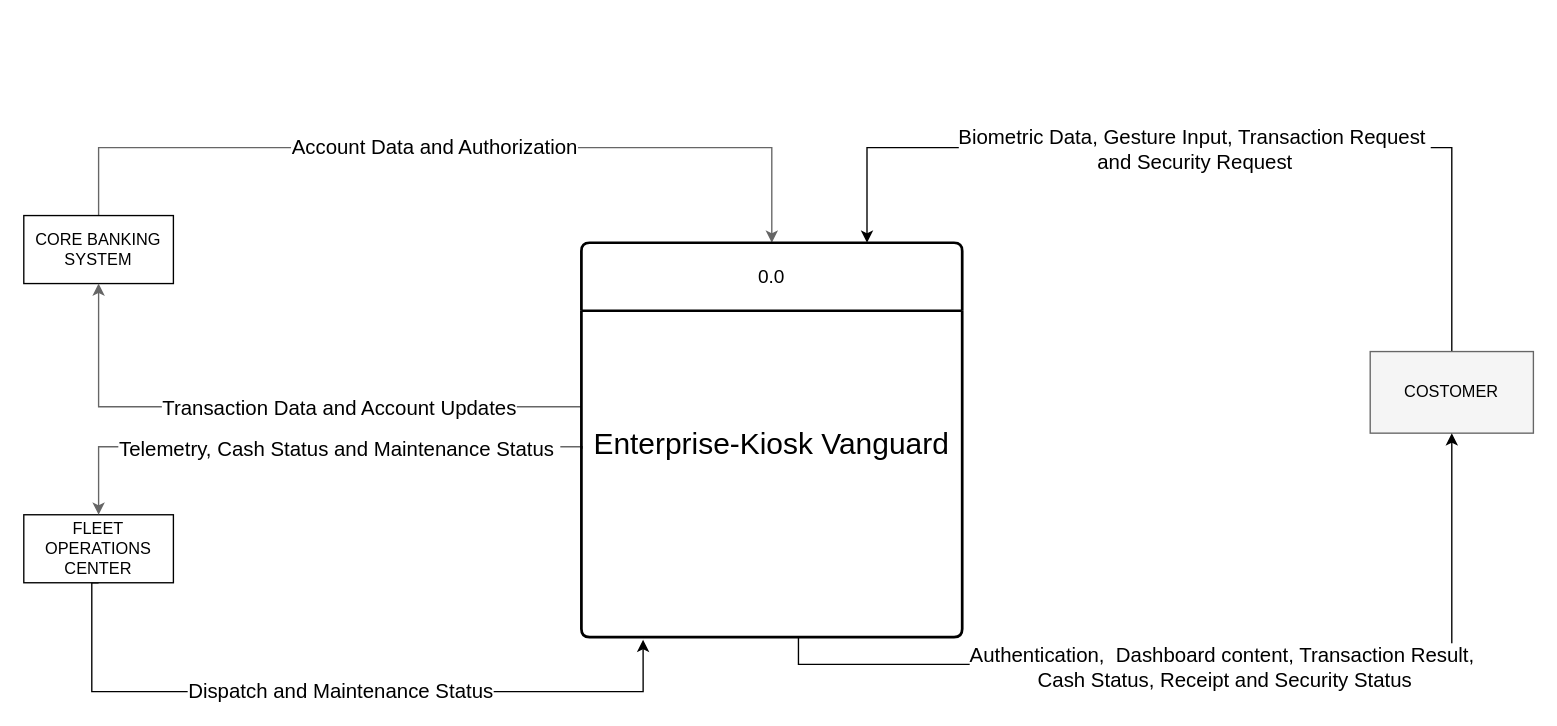
Before: DfdLevel-0.drawio in y0ckbee/VanguardAtm-SAD, a draw.io diagram. Source tidied: cells renumbered, new cells numbered last; positions are measured from the earlier drawing's top-left corner, leaving out a move shared by most shapes. Both pictures are drawn from the tidied source at 136%, with x=0, y=0 at pixel (23, 147).
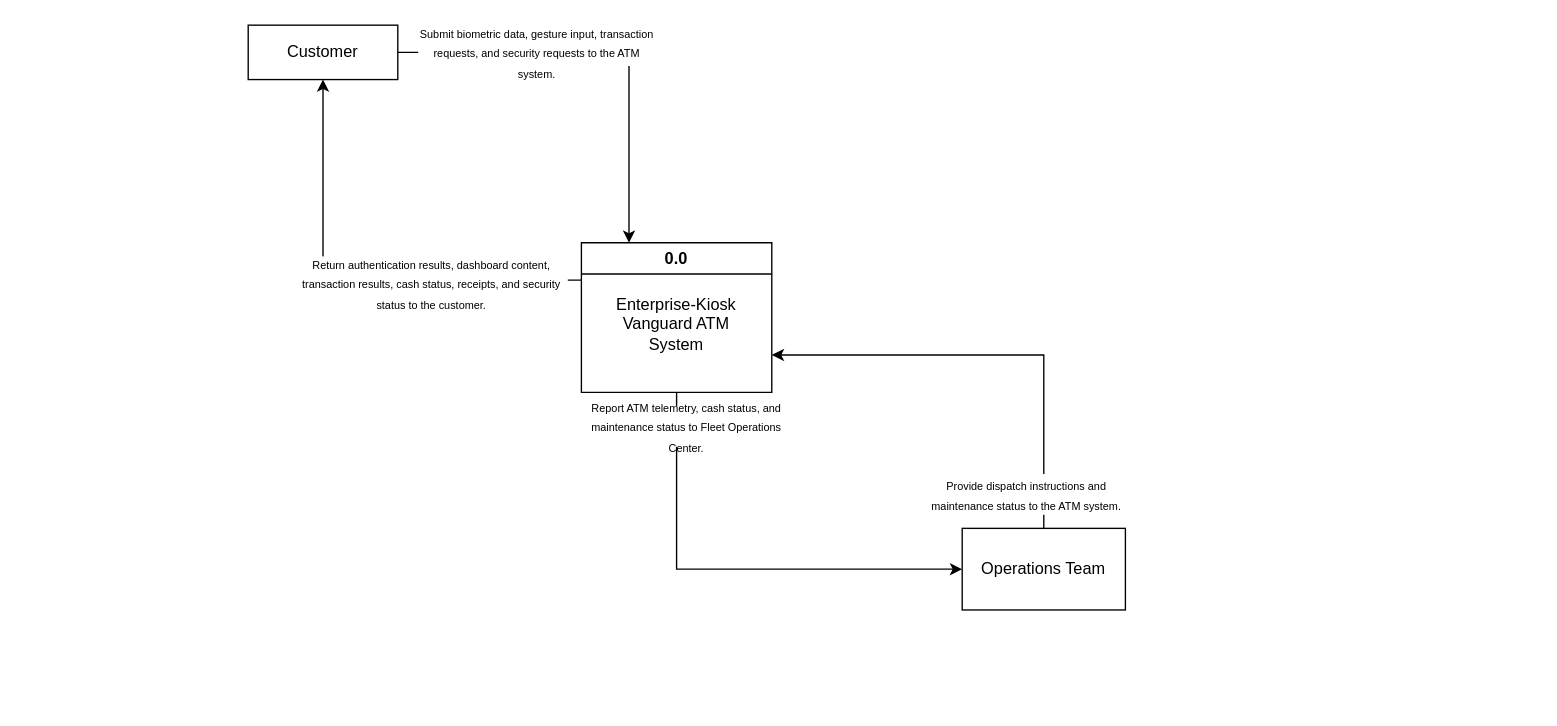
Above is the later version.

Diff of the diagram source:
```diff
@@
-<mxGraphModel background="light-dark(#FFFFFF,#000000)">
+<mxGraphModel>
@@
-    <mxCell id="2" style="edgeStyle=orthogonalEdgeStyle;rounded=0;jettySize=auto;html=1;exitX=0.75;exitY=0;exitDx=0;exitDy=0;entryX=0.75;entryY=0;entryDx=0;entryDy=0;" parent="1" edge="1" source="4" target="17">
-      <mxGeometry relative="1" as="geometry">
-        <Array as="points">
-          <mxPoint x="1050" />
-          <mxPoint x="620" />
-        </Array>
-      </mxGeometry>
-    </mxCell>
-    <mxCell id="3" value="Biometric Data, Gesture Input, Transaction Request&amp;nbsp;&lt;div&gt;and Security Request&lt;/div&gt;" style="edgeLabel;html=1;align=center;verticalAlign=middle;fontSize=15;" parent="2" vertex="1">
-      <mxGeometry x="0.29" y="-3" relative="1" as="geometry">
-        <mxPoint x="69" y="3" as="offset" />
-      </mxGeometry>
-    </mxCell>
-    <mxCell id="4" value="COSTOMER" style="rounded=0;whiteSpace=wrap;html=1;fillColor=#f5f5f5;fontColor=light-dark(#000000,#FFFFFF);strokeColor=#666666;labelBackgroundColor=none;" parent="1" vertex="1">
-      <mxGeometry x="990" y="150" width="120" height="60" as="geometry" />
-    </mxCell>
-    <mxCell id="5" style="rounded=0;jettySize=auto;html=1;exitX=0.57;exitY=1;exitDx=0;exitDy=0;exitPerimeter=0;entryX=0.5;entryY=1;entryDx=0;entryDy=0;edgeStyle=orthogonalEdgeStyle;" parent="1" edge="1" source="18" target="4">
-      <mxGeometry x="0.15" relative="1" as="geometry" />
-    </mxCell>
-    <mxCell id="6" value="&lt;font style=&quot;font-size: 15px;&quot;&gt;Authentication,&amp;nbsp; Dashboard content, Transaction Result,&amp;nbsp;&lt;/font&gt;&lt;div&gt;&lt;font style=&quot;font-size: 15px;&quot;&gt;Cash Status, Receipt and Security Status&lt;/font&gt;&lt;/div&gt;" style="edgeLabel;html=1;align=center;verticalAlign=middle;" parent="5" vertex="1">
-      <mxGeometry x="-0.05" y="-1" relative="1" as="geometry">
-        <mxPoint x="15" as="offset" />
-      </mxGeometry>
-    </mxCell>
-    <mxCell id="7" style="edgeStyle=orthogonalEdgeStyle;rounded=0;jettySize=auto;html=1;fillColor=#f5f5f5;strokeColor=#666666;fontColor=light-dark(#000000,#FFFFFF);labelBackgroundColor=none;exitX=0.5;exitY=0;exitDx=0;exitDy=0;entryX=0.5;entryY=0;entryDx=0;entryDy=0;" parent="1" edge="1" source="9" target="17">
-      <mxGeometry relative="1" as="geometry">
-        <Array as="points">
-          <mxPoint x="55" />
-          <mxPoint x="550" />
-        </Array>
-      </mxGeometry>
-    </mxCell>
-    <mxCell id="8" value="&lt;font style=&quot;font-size: 15px;&quot;&gt;Account Data and Authorization&lt;/font&gt;" style="edgeLabel;html=1;align=center;verticalAlign=middle;" parent="7" vertex="1">
-      <mxGeometry x="-0.33" y="2" relative="1" as="geometry">
-        <mxPoint x="90" as="offset" />
-      </mxGeometry>
-    </mxCell>
-    <mxCell id="9" value="CORE BANKING SYSTEM" style="rounded=0;whiteSpace=wrap;html=1;" parent="1" vertex="1">
-      <mxGeometry y="50" width="110" height="50" as="geometry" />
-    </mxCell>
-    <mxCell id="10" style="edgeStyle=orthogonalEdgeStyle;rounded=0;jettySize=auto;html=1;exitX=0.5;exitY=1;exitDx=0;exitDy=0;entryX=0.162;entryY=1.008;entryDx=0;entryDy=0;entryPerimeter=0;" parent="1" edge="1" source="12" target="18">
-      <mxGeometry relative="1" as="geometry">
-        <Array as="points">
-          <mxPoint x="50" y="320" />
-          <mxPoint x="50" y="400" />
-          <mxPoint x="455.4" y="400" />
-        </Array>
-      </mxGeometry>
-    </mxCell>
-    <mxCell id="11" value="&lt;font style=&quot;font-size: 15px;&quot;&gt;Dispatch and Maintenance Status&lt;/font&gt;" style="edgeLabel;html=1;align=center;verticalAlign=middle;" parent="10" vertex="1">
-      <mxGeometry x="0.01" y="2" relative="1" as="geometry" />
-    </mxCell>
-    <mxCell id="12" value="FLEET OPERATIONS CENTER" style="rounded=0;whiteSpace=wrap;html=1;" parent="1" vertex="1">
-      <mxGeometry y="270" width="110" height="50" as="geometry" />
-    </mxCell>
-    <mxCell id="13" style="edgeStyle=orthogonalEdgeStyle;rounded=0;jettySize=auto;html=1;exitX=0.001;exitY=0.294;exitDx=0;exitDy=0;entryX=0.5;entryY=1;entryDx=0;entryDy=0;fillColor=#f5f5f5;strokeColor=#666666;fontColor=light-dark(#000000,#FFFFFF);labelBackgroundColor=none;exitPerimeter=0;" parent="1" edge="1" source="18" target="9">
-      <mxGeometry relative="1" as="geometry" />
-    </mxCell>
-    <mxCell id="14" value="&lt;font style=&quot;font-size: 15px;&quot;&gt;Transaction Data and Account Updates&lt;/font&gt;" style="edgeLabel;html=1;align=center;verticalAlign=middle;" parent="13" vertex="1">
-      <mxGeometry x="-0.14" y="-2" relative="1" as="geometry">
-        <mxPoint x="13" y="2" as="offset" />
-      </mxGeometry>
-    </mxCell>
-    <mxCell id="15" style="edgeStyle=orthogonalEdgeStyle;rounded=0;jettySize=auto;html=1;fillColor=#f5f5f5;strokeColor=#666666;fontColor=light-dark(#000000,#FFFFFF);labelBackgroundColor=none;entryX=0.5;entryY=0;entryDx=0;entryDy=0;exitX=0.002;exitY=0.423;exitDx=0;exitDy=0;exitPerimeter=0;" parent="1" edge="1" source="18" target="12">
-      <mxGeometry relative="1" as="geometry">
-        <Array as="points">
-          <mxPoint x="410.6" y="220" />
-          <mxPoint x="55" y="220" />
-        </Array>
-      </mxGeometry>
-    </mxCell>
-    <mxCell id="16" value="&lt;font style=&quot;font-size: 15px;&quot;&gt;Telemetry, Cash&amp;nbsp;Status and Maintenance Status&amp;nbsp;&lt;/font&gt;" style="edgeLabel;html=1;align=center;verticalAlign=middle;" parent="15" vertex="1">
-      <mxGeometry x="-0.15" y="-2" relative="1" as="geometry">
-        <mxPoint x="-8" y="2" as="offset" />
-      </mxGeometry>
-    </mxCell>
+    <mxCell id="19" style="edgeStyle=orthogonalEdgeStyle;rounded=0;jettySize=auto;html=1;exitX=1;exitY=0.5;exitDx=0;exitDy=0;entryX=0.25;entryY=0;entryDx=0;entryDy=0;defaultLabelBackgroundColor=page;" parent="1" edge="1" source="20" target="17">
+      <mxGeometry relative="1" as="geometry" />
+    </mxCell>
+    <mxCell id="20" style="rounded=0;whiteSpace=wrap;html=1;align=left;" parent="1" vertex="1">
+      <mxGeometry x="165" y="-90" width="110" height="40" as="geometry" />
+    </mxCell>
+    <mxCell id="21" value="Customer" style="text;html=1;whiteSpace=wrap;strokeColor=none;fillColor=none;align=center;verticalAlign=middle;rounded=0;" parent="1" vertex="1">
+      <mxGeometry x="190" y="-85" width="60" height="30" as="geometry" />
+    </mxCell>
+    <mxCell id="22" style="edgeStyle=orthogonalEdgeStyle;rounded=0;jettySize=auto;html=1;exitX=0;exitY=0.25;exitDx=0;exitDy=0;entryX=0.5;entryY=1;entryDx=0;entryDy=0;defaultLabelBackgroundColor=page;" parent="1" edge="1" source="17" target="20">
+      <mxGeometry relative="1" as="geometry" />
+    </mxCell>
+    <mxCell id="23" style="edgeStyle=orthogonalEdgeStyle;rounded=0;jettySize=auto;html=1;exitX=0.5;exitY=1;exitDx=0;exitDy=0;entryX=0;entryY=0.5;entryDx=0;entryDy=0;defaultLabelBackgroundColor=page;" parent="1" edge="1" source="17" target="26">
+      <mxGeometry relative="1" as="geometry" />
+    </mxCell>
-    <mxCell id="17" value="0.0" style="swimlane;horizontal=1;startSize=50;rounded=1;fontSize=14;fontStyle=0;strokeWidth=2;shadow=0;dashed=0;align=center;arcSize=4;whiteSpace=wrap;html=1;" parent="1" vertex="1">
-      <mxGeometry x="410" y="70" width="280" height="290" as="geometry" />
+    <mxCell id="17" value="0.0" style="swimlane;whiteSpace=wrap;html=1;" parent="1" vertex="1">
+      <mxGeometry x="410" y="70" width="140" height="110" as="geometry" />
     </mxCell>
-    <mxCell id="18" value="&lt;div&gt;&lt;font style=&quot;font-size: 22px;&quot;&gt;&lt;br&gt;&lt;/font&gt;&lt;/div&gt;&lt;font style=&quot;font-size: 22px;&quot;&gt;&lt;div&gt;&lt;font style=&quot;font-size: 22px;&quot;&gt;&lt;br&gt;&lt;/font&gt;&lt;/div&gt;&lt;div&gt;&lt;font style=&quot;font-size: 22px;&quot;&gt;&lt;br&gt;&lt;/font&gt;&lt;/div&gt;Enterprise-Kiosk Vanguard&lt;/font&gt;" style="align=center;strokeColor=none;fillColor=none;spacingLeft=4;spacingRight=4;fontSize=12;verticalAlign=top;html=1;whiteSpace=wrap;" parent="17" vertex="1">
-      <mxGeometry y="50" width="280" height="240" as="geometry" />
-    </mxCell>
+    <mxCell id="24" value="Enterprise-Kiosk Vanguard ATM System" style="text;html=1;whiteSpace=wrap;strokeColor=none;fillColor=none;align=center;verticalAlign=middle;rounded=0;" parent="17" vertex="1">
+      <mxGeometry x="20" y="40" width="100" height="40" as="geometry" />
+    </mxCell>
+    <mxCell id="25" style="edgeStyle=orthogonalEdgeStyle;rounded=0;jettySize=auto;html=1;exitX=0.5;exitY=0;exitDx=0;exitDy=0;entryX=1;entryY=0.75;entryDx=0;entryDy=0;defaultLabelBackgroundColor=page;" parent="1" edge="1" source="26" target="17">
+      <mxGeometry relative="1" as="geometry" />
+    </mxCell>
+    <mxCell id="26" value="Operations Team" style="rounded=0;whiteSpace=wrap;html=1;" parent="1" vertex="1">
+      <mxGeometry x="690" y="280" width="120" height="60" as="geometry" />
+    </mxCell>
+    <mxCell id="27" value="&lt;span style=&quot;font-size: 8px;&quot;&gt;Submit biometric data, gesture input, transaction requests, and security requests to the ATM system.&lt;/span&gt;" style="text;html=1;whiteSpace=wrap;strokeColor=none;fillColor=default;align=center;verticalAlign=middle;rounded=0;" parent="1" vertex="1">
+      <mxGeometry x="290" y="-80" width="175" height="20" as="geometry" />
+    </mxCell>
+    <mxCell id="28" value="&lt;span style=&quot;font-size: 8px;&quot;&gt;Return authentication results, dashboard content, transaction results, cash status, receipts, and security status to the customer.&lt;/span&gt;" style="text;html=1;whiteSpace=wrap;strokeColor=none;fillColor=default;align=center;verticalAlign=middle;rounded=0;" parent="1" vertex="1">
+      <mxGeometry x="200" y="80" width="200" height="40" as="geometry" />
+    </mxCell>
+    <mxCell id="29" value="&lt;font style=&quot;font-size: 8px;&quot;&gt;Provide dispatch instructions and maintenance status to the ATM system.&lt;/font&gt;" style="text;html=1;whiteSpace=wrap;strokeColor=none;fillColor=default;align=center;verticalAlign=middle;rounded=0;" parent="1" vertex="1">
+      <mxGeometry x="660" y="240" width="155" height="30" as="geometry" />
+    </mxCell>
+    <mxCell id="30" value="&lt;span style=&quot;font-size: 8px;&quot;&gt;Report ATM telemetry, cash status, and maintenance status to Fleet Operations Center.&lt;/span&gt;" style="text;html=1;whiteSpace=wrap;strokeColor=none;fillColor=default;align=center;verticalAlign=middle;rounded=0;" parent="1" vertex="1">
+      <mxGeometry x="410" y="190" width="155" height="30" as="geometry" />
+    </mxCell>
```
